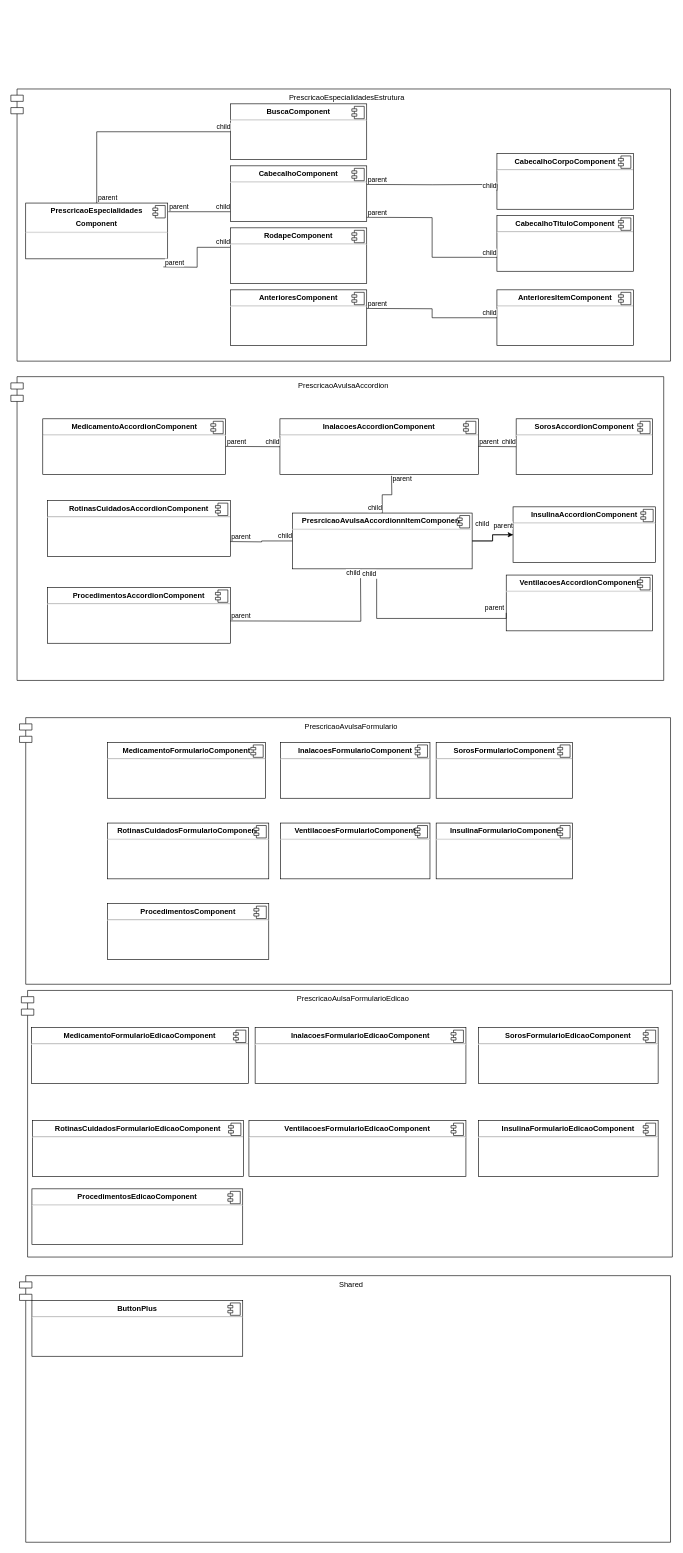
maanoel/diagrams keeps this draw.io diagram as Diagrama sem nome.drawio. Above is the earlier version. Source tidied: cells renumbered, new cells numbered last; positions are measured from the earlier drawing's top-left corner, leaving out a move shared by most shapes. Both pictures are drawn from the tidied source at 62%, with x=0, y=0 at pixel (11, 89).
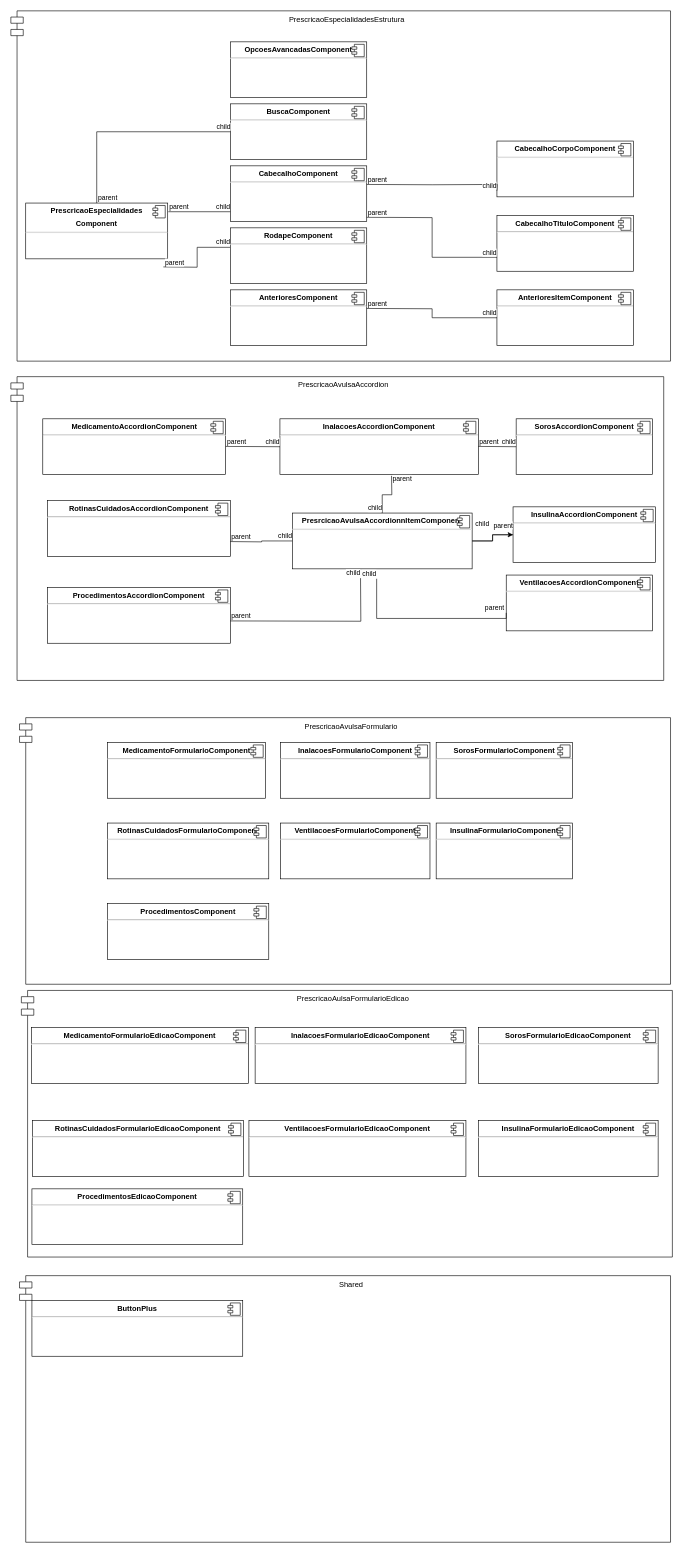
The same diagram, later.

Diff of the diagram source:
```diff
@@
     <mxCell id="3" value="PrescricaoEspecialidadesEstrutura" style="shape=module;align=left;spacingLeft=20;align=center;verticalAlign=top;" parent="1" vertex="1">
-      <mxGeometry width="1064" height="439" as="geometry" />
+      <mxGeometry y="-126" width="1064" height="565" as="geometry" />
     </mxCell>
@@
     <mxCell id="12" value="&lt;p style=&quot;margin:0px;margin-top:6px;text-align:center;&quot;&gt;&lt;b&gt;CabecalhoCorpoComponent&lt;/b&gt;&lt;/p&gt;&lt;hr&gt;&lt;p style=&quot;margin:0px;margin-left:8px;&quot;&gt;&lt;br&gt;&lt;/p&gt;" style="align=left;overflow=fill;html=1;" parent="1" vertex="1">
-      <mxGeometry x="784" y="104" width="220" height="90" as="geometry" />
+      <mxGeometry x="784" y="84" width="220" height="90" as="geometry" />
     </mxCell>
@@
+    <mxCell id="109" value="&lt;p style=&quot;margin:0px;margin-top:6px;text-align:center;&quot;&gt;&lt;b&gt;OpcoesAvancadasComponent&lt;/b&gt;&lt;/p&gt;&lt;hr&gt;&lt;p style=&quot;margin:0px;margin-left:8px;&quot;&gt;&lt;br&gt;&lt;/p&gt;" style="align=left;overflow=fill;html=1;" parent="1" vertex="1">
+      <mxGeometry x="354" y="-76" width="220" height="90" as="geometry" />
+    </mxCell>
+    <mxCell id="110" style="shape=component;jettyWidth=8;jettyHeight=4;" parent="109" vertex="1">
+      <mxGeometry x="1" width="20" height="20" relative="1" as="geometry">
+        <mxPoint x="-24" y="4" as="offset" />
+      </mxGeometry>
+    </mxCell>
```
